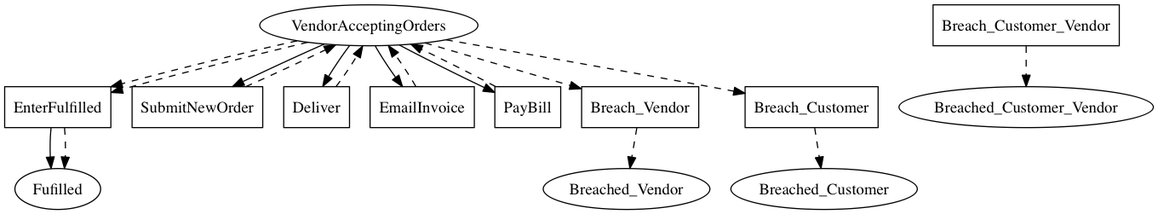
The Graphviz diagram linear_state_machine_language/pyL4/examples/out_graphviz/hvitved_master_sales_agreement_full_without_future_obligations.png in Marcao02/complaw-deeptech, before a commit. Its source is kept beside it as linear_state_machine_language/pyL4/examples/out_graphviz/hvitved_master_sales_agreement_full_without_future_obligations.dot.
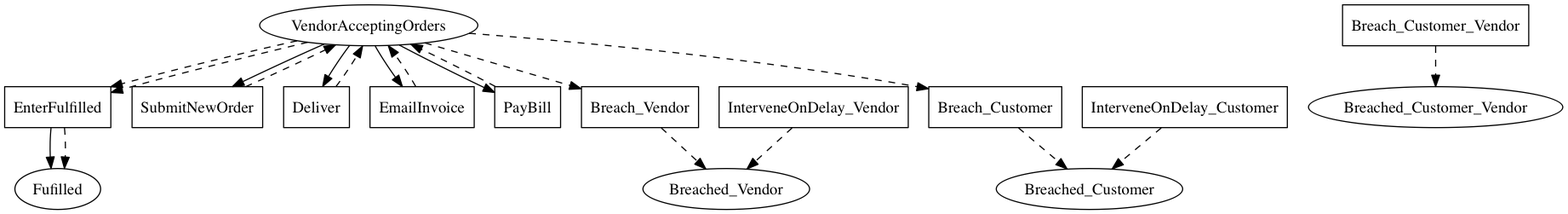
After the change.

What changed in the source:
```diff
@@ -14,7 +14,9 @@
 	PayBill[label=PayBill,shape=box];
 	Breach_Vendor[label=Breach_Vendor,shape=box];
 	Breach_Customer[label=Breach_Customer,shape=box];
-	Breach_Customer_Vendor[label=Breach_Customer_Vendor,shape=box]
+	Breach_Customer_Vendor[label=Breach_Customer_Vendor,shape=box];
+	InterveneOnDelay_Customer[label=InterveneOnDelay_Customer,shape=box];
+	InterveneOnDelay_Vendor[label=InterveneOnDelay_Vendor,shape=box]
 
     EnterFulfilled -> Fulfilled;
 
@@ -35,6 +37,8 @@
 	Breach_Vendor -> Breached_Vendor [style=dashed];
 	Breach_Customer -> Breached_Customer [style=dashed];
 	Breach_Customer_Vendor -> Breached_Customer_Vendor [style=dashed];
+	InterveneOnDelay_Customer -> Breached_Customer [style=dashed];
+	InterveneOnDelay_Vendor -> Breached_Vendor [style=dashed];
 
 
 
```
